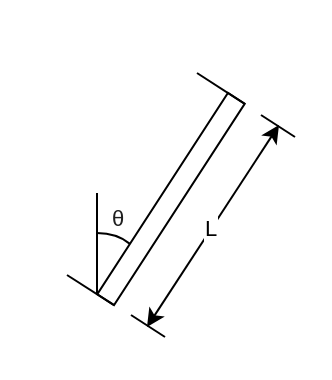
Earlier version of the draw.io diagram Thesis A/Diagrams.net Files/inclined_plate.drawio (nathansivalingam/mechanical-engineering-thesis-a). Source tidied: cells renumbered, new cells numbered last; positions are measured from the earlier drawing's top-left corner, leaving out a move shared by most shapes. Both pictures are drawn from the tidied source at 200%, with x=0, y=0 at pixel (66, 72).
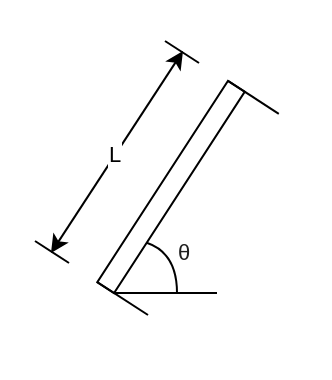
The same diagram, later.

What changed in the source:
```diff
@@
 <mxGraphModel>
   <root>
     <mxCell id="0" />
     <mxCell id="1" parent="0" />
-    <mxCell id="2" style="endArrow=none;html=1;rounded=0;" parent="1" edge="1">
+    <mxCell id="2" style="endArrow=none;html=1;rounded=0;entryX=1;entryY=1;entryDx=0;entryDy=0;" parent="1" edge="1" target="4">
       <mxGeometry relative="1" as="geometry">
-        <mxPoint x="15" y="110" as="sourcePoint" />
-        <mxPoint x="15" y="60" as="targetPoint" />
+        <mxPoint x="75" y="110" as="sourcePoint" />
       </mxGeometry>
     </mxCell>
-    <mxCell id="3" style="endArrow=none;html=1;rounded=0;entryX=0;entryY=0.75;entryDx=0;entryDy=0;curved=1;" parent="1" edge="1" target="4">
-      <mxGeometry relative="1" as="geometry">
-        <mxPoint x="15" y="80" as="sourcePoint" />
-        <Array as="points">
-          <mxPoint x="25" y="80" />
-        </Array>
-      </mxGeometry>
-    </mxCell>
     <mxCell id="4" style="rounded=0;whiteSpace=wrap;html=1;rotation=33;" parent="1" vertex="1">
-      <mxGeometry x="47" y="3" width="10" height="120" as="geometry" />
+      <mxGeometry x="47" y="-3" width="10" height="120" as="geometry" />
     </mxCell>
     <mxCell id="5" style="endArrow=classic;startArrow=classic;html=1;rounded=0;" parent="1" edge="1">
       <mxGeometry relative="1" as="geometry">
-        <mxPoint x="40" y="127" as="sourcePoint" />
-        <mxPoint x="106" y="26" as="targetPoint" />
+        <mxPoint x="-8" y="90" as="sourcePoint" />
+        <mxPoint x="58" y="-11" as="targetPoint" />
       </mxGeometry>
     </mxCell>
     <mxCell id="6" value="L" style="edgeLabel;html=1;align=center;verticalAlign=middle;" parent="5" vertex="1">
       <mxGeometry y="1" relative="1" as="geometry">
         <mxPoint y="1" as="offset" />
       </mxGeometry>
     </mxCell>
     <mxCell id="7" style="endArrow=none;html=1;rounded=0;" parent="1" edge="1">
       <mxGeometry relative="1" as="geometry">
-        <mxPoint x="97" y="21" as="sourcePoint" />
-        <mxPoint x="114" y="32" as="targetPoint" />
+        <mxPoint x="49" y="-16" as="sourcePoint" />
+        <mxPoint x="66" y="-5" as="targetPoint" />
       </mxGeometry>
     </mxCell>
     <mxCell id="8" style="endArrow=none;html=1;rounded=0;" parent="1" edge="1">
       <mxGeometry relative="1" as="geometry">
-        <mxPoint x="32" y="121" as="sourcePoint" />
-        <mxPoint x="49" y="132" as="targetPoint" />
+        <mxPoint x="-16" y="84" as="sourcePoint" />
+        <mxPoint x="1" y="95" as="targetPoint" />
       </mxGeometry>
     </mxCell>
     <mxCell id="9" value="&lt;p class=&quot;MsoNormal&quot;&gt;&lt;span style=&quot;color: rgb(31, 31, 31); font-family: &amp;quot;Google Sans&amp;quot;, Arial, sans-serif; text-align: start; background-color: rgb(255, 255, 255);&quot;&gt;&lt;font style=&quot;font-size: 11px;&quot;&gt;θ&lt;/font&gt;&lt;/span&gt;&lt;/p&gt;" style="text;html=1;align=center;verticalAlign=middle;whiteSpace=wrap;rounded=0;" parent="1" vertex="1">
-      <mxGeometry x="17" y="58" width="18" height="30" as="geometry" />
+      <mxGeometry x="50" y="75" width="18" height="30" as="geometry" />
     </mxCell>
-    <mxCell id="10" style="endArrow=none;html=1;rounded=0;entryX=1;entryY=0;entryDx=0;entryDy=0;" parent="1" edge="1" target="4">
+    <mxCell id="10" style="endArrow=none;html=1;rounded=0;entryX=1;entryY=0;entryDx=0;entryDy=0;exitX=0;exitY=0;exitDx=0;exitDy=0;" parent="1" edge="1" source="4">
       <mxGeometry relative="1" as="geometry">
-        <mxPoint x="65" as="sourcePoint" />
+        <mxPoint x="105.9" y="20.4" as="targetPoint" />
       </mxGeometry>
     </mxCell>
-    <mxCell id="11" style="endArrow=none;html=1;rounded=0;entryX=1;entryY=1;entryDx=0;entryDy=0;" parent="1" edge="1" target="4">
+    <mxCell id="11" style="endArrow=none;html=1;rounded=0;entryX=1;entryY=1;entryDx=0;entryDy=0;exitX=0;exitY=1;exitDx=0;exitDy=0;" parent="1" edge="1" source="4">
       <mxGeometry relative="1" as="geometry">
-        <mxPoint y="101" as="sourcePoint" />
+        <mxPoint x="40.5" y="121" as="targetPoint" />
       </mxGeometry>
     </mxCell>
+    <mxCell id="12" style="endArrow=none;html=1;rounded=0;entryX=1;entryY=0.75;entryDx=0;entryDy=0;curved=1;" parent="1" edge="1" target="4">
+      <mxGeometry relative="1" as="geometry">
+        <mxPoint x="55" y="110" as="sourcePoint" />
+        <Array as="points">
+          <mxPoint x="55" y="90" />
+        </Array>
+      </mxGeometry>
+    </mxCell>
   </root>
 </mxGraphModel>
```
